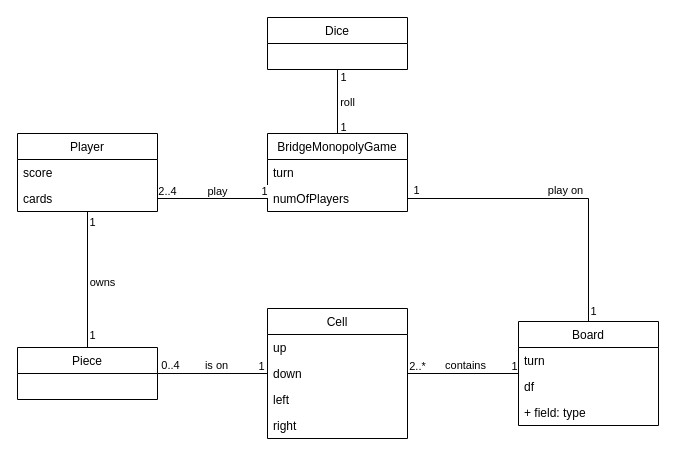
This is DomainModelDiagram.drawio from gimangi/Bridge-Monopoly, a draw.io file, before an edit. Source tidied: cells renumbered, new cells numbered last; positions are measured from the earlier drawing's top-left corner, leaving out a move shared by most shapes. Both pictures are drawn from the tidied source at 100%, with x=0, y=0 at pixel (17, 17).
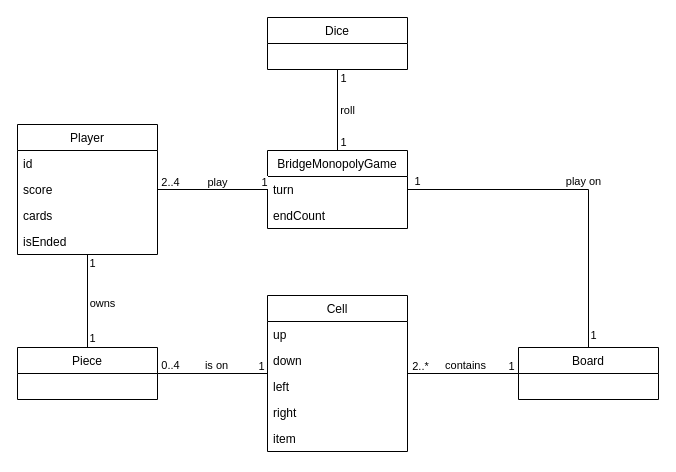
Above is the later version.

The change refers to these unchanged cells:
```xml
<mxCell id="29" style="edgeStyle=orthogonalEdgeStyle;rounded=0;jettySize=auto;html=1;endArrow=none;endFill=0;" parent="1" edge="1" source="33" target="20">
  <mxGeometry relative="1" as="geometry" />
</mxCell>
```

Diff of the diagram source:
```diff
@@
     <mxCell id="6" value="Player" style="swimlane;fontStyle=0;horizontal=1;startSize=26;fillColor=none;" parent="1" vertex="1">
-      <mxGeometry y="116" width="140" height="78" as="geometry" />
+      <mxGeometry y="107" width="140" height="130" as="geometry" />
     </mxCell>
+    <mxCell id="44" value="id" style="text;strokeColor=none;fillColor=none;align=left;verticalAlign=top;spacingLeft=4;spacingRight=4;overflow=hidden;" parent="6" vertex="1">
+      <mxGeometry y="26" width="140" height="26" as="geometry" />
+    </mxCell>
     <mxCell id="7" value="score" style="text;strokeColor=none;fillColor=none;align=left;verticalAlign=top;spacingLeft=4;spacingRight=4;overflow=hidden;" parent="6" vertex="1">
-      <mxGeometry y="26" width="140" height="26" as="geometry" />
+      <mxGeometry y="52" width="140" height="26" as="geometry" />
     </mxCell>
     <mxCell id="8" value="cards" style="text;strokeColor=none;fillColor=none;align=left;verticalAlign=top;spacingLeft=4;spacingRight=4;overflow=hidden;points=[[0,0.5],[1,0.5]];portConstraint=eastwest;" parent="6" vertex="1">
-      <mxGeometry y="52" width="140" height="26" as="geometry" />
+      <mxGeometry y="78" width="140" height="26" as="geometry" />
     </mxCell>
+    <mxCell id="45" value="isEnded" style="text;strokeColor=none;fillColor=none;align=left;verticalAlign=top;spacingLeft=4;spacingRight=4;overflow=hidden;" parent="6" vertex="1">
+      <mxGeometry y="104" width="140" height="26" as="geometry" />
+    </mxCell>
@@
     <mxCell id="13" value="BridgeMonopolyGame" style="swimlane;fontStyle=0;horizontal=1;startSize=26;fillColor=none;" parent="1" vertex="1">
-      <mxGeometry x="250" y="116" width="140" height="78" as="geometry" />
+      <mxGeometry x="250" y="133" width="140" height="78" as="geometry" />
     </mxCell>
@@
-    <mxCell id="15" value="numOfPlayers" style="text;strokeColor=none;fillColor=none;align=left;verticalAlign=top;spacingLeft=4;spacingRight=4;overflow=hidden;points=[[0,0.5],[1,0.5]];portConstraint=eastwest;" parent="13" vertex="1">
-      <mxGeometry y="52" width="140" height="26" as="geometry" />
-    </mxCell>
+    <mxCell id="46" value="endCount" style="text;strokeColor=none;fillColor=none;align=left;verticalAlign=top;spacingLeft=4;spacingRight=4;overflow=hidden;" parent="13" vertex="1">
+      <mxGeometry y="52" width="140" height="26" as="geometry" />
+    </mxCell>
-    <mxCell id="16" style="edgeStyle=orthogonalEdgeStyle;rounded=0;jettySize=auto;html=1;exitX=0;exitY=0.5;exitDx=0;exitDy=0;entryX=1;entryY=0.5;entryDx=0;entryDy=0;endArrow=none;endFill=0;" parent="1" edge="1" source="15" target="8">
+    <mxCell id="16" style="edgeStyle=orthogonalEdgeStyle;rounded=0;jettySize=auto;html=1;endArrow=none;endFill=0;" parent="1" edge="1" source="13" target="6">
       <mxGeometry relative="1" as="geometry" />
     </mxCell>
@@
     <mxCell id="18" value="2..4" style="edgeLabel;html=1;align=center;verticalAlign=middle;" parent="16" vertex="1">
       <mxGeometry x="0.92" relative="1" as="geometry">
-        <mxPoint x="5" y="-8" as="offset" />
+        <mxPoint x="8" y="-8" as="offset" />
       </mxGeometry>
     </mxCell>
@@
     <mxCell id="20" value="Board" style="swimlane;fontStyle=0;horizontal=1;startSize=26;fillColor=none;" parent="1" vertex="1">
-      <mxGeometry x="501" y="304" width="140" height="104" as="geometry" />
+      <mxGeometry x="501" y="330" width="140" height="52" as="geometry" />
     </mxCell>
-    <mxCell id="21" value="turn" style="text;strokeColor=none;fillColor=none;align=left;verticalAlign=top;spacingLeft=4;spacingRight=4;overflow=hidden;" parent="20" vertex="1">
-      <mxGeometry y="26" width="140" height="26" as="geometry" />
-    </mxCell>
-    <mxCell id="22" value="df" style="text;strokeColor=none;fillColor=none;align=left;verticalAlign=top;spacingLeft=4;spacingRight=4;overflow=hidden;" parent="20" vertex="1">
-      <mxGeometry y="52" width="140" height="26" as="geometry" />
-    </mxCell>
-    <mxCell id="23" value="+ field: type" style="text;strokeColor=none;fillColor=none;align=left;verticalAlign=top;spacingLeft=4;spacingRight=4;overflow=hidden;" parent="20" vertex="1">
-      <mxGeometry y="78" width="140" height="26" as="geometry" />
+    <mxCell id="23" value=" " style="text;strokeColor=none;fillColor=none;align=left;verticalAlign=top;spacingLeft=4;spacingRight=4;overflow=hidden;" parent="20" vertex="1">
+      <mxGeometry y="26" width="140" height="26" as="geometry" />
     </mxCell>
@@
     <mxCell id="31" value="2..*" style="edgeLabel;html=1;align=center;verticalAlign=middle;" parent="29" vertex="1">
       <mxGeometry x="-0.87" relative="1" as="geometry">
-        <mxPoint x="2" y="-8" as="offset" />
+        <mxPoint x="5" y="-8" as="offset" />
       </mxGeometry>
     </mxCell>
     <mxCell id="32" value="1" style="edgeLabel;html=1;align=center;verticalAlign=middle;" parent="29" vertex="1">
       <mxGeometry x="0.79" relative="1" as="geometry">
-        <mxPoint x="7" y="-8" as="offset" />
+        <mxPoint x="4" y="-8" as="offset" />
       </mxGeometry>
     </mxCell>
     <mxCell id="33" value="Cell" style="swimlane;fontStyle=0;horizontal=1;startSize=26;fillColor=none;" parent="1" vertex="1">
-      <mxGeometry x="250" y="291" width="140" height="130" as="geometry" />
+      <mxGeometry x="250" y="278" width="140" height="156" as="geometry" />
     </mxCell>
@@
+    <mxCell id="47" value="item" style="text;strokeColor=none;fillColor=none;align=left;verticalAlign=top;spacingLeft=4;spacingRight=4;overflow=hidden;" parent="33" vertex="1">
+      <mxGeometry y="130" width="140" height="26" as="geometry" />
+    </mxCell>
@@
-    <mxCell id="40" style="edgeStyle=orthogonalEdgeStyle;rounded=0;jettySize=auto;html=1;entryX=0.5;entryY=0;entryDx=0;entryDy=0;endArrow=none;endFill=0;" parent="1" edge="1" source="15" target="20">
-      <mxGeometry relative="1" as="geometry" />
+    <mxCell id="40" style="edgeStyle=orthogonalEdgeStyle;rounded=0;jettySize=auto;html=1;entryX=0.5;entryY=0;entryDx=0;entryDy=0;endArrow=none;endFill=0;" parent="1" edge="1" source="13" target="20">
+      <mxGeometry y="52" relative="1" as="geometry" />
     </mxCell>
```
